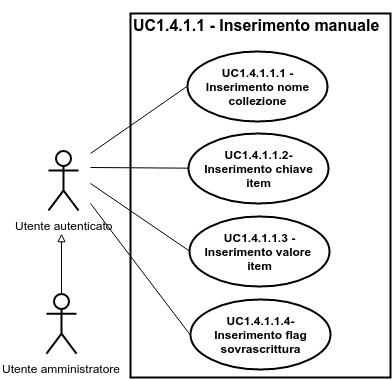
This is img/UseCases/UC1_4_1_1.png from ScalateKids/Actorbase-Documents, a draw.io export, as it was before one commit. Source tidied: cells renumbered, new cells last; positions are measured from the earlier drawing's top-left corner, leaving out a move shared by most shapes. Its diagram source:
```xml
<mxGraphModel background="#ffffff">
  <root>
    <mxCell id="0" />
    <mxCell id="1" parent="0" />
    <mxCell id="2" style="html=1;shadow=0;glass=0;strokeWidth=2;fillColor=none;" parent="1" vertex="1">
      <mxGeometry x="84" y="11" width="260" height="364" as="geometry" />
    </mxCell>
    <mxCell id="3" value="&lt;b&gt;UC1.4.1.1.1 - Inserimento nome collezione&lt;/b&gt;" style="ellipse;whiteSpace=wrap;html=1;shadow=0;glass=0;strokeWidth=2;fillColor=none;" parent="1" vertex="1">
      <mxGeometry x="141" y="49" width="140" height="70" as="geometry" />
    </mxCell>
    <mxCell id="4" value="&lt;b&gt;UC1.4.1.1.2- Inserimento chiave item&lt;/b&gt;" style="ellipse;whiteSpace=wrap;html=1;shadow=0;glass=0;strokeWidth=2;fillColor=none;" parent="1" vertex="1">
      <mxGeometry x="142" y="131" width="140" height="70" as="geometry" />
    </mxCell>
    <mxCell id="5" value="&lt;b&gt;UC1.4.1.1.3 -Inserimento valore&amp;nbsp;&lt;/b&gt;&lt;div&gt;&lt;b&gt;item&lt;/b&gt;&lt;/div&gt;" style="ellipse;whiteSpace=wrap;html=1;shadow=0;glass=0;strokeWidth=2;fillColor=none;" parent="1" vertex="1">
      <mxGeometry x="143" y="214" width="140" height="70" as="geometry" />
    </mxCell>
    <mxCell id="6" value="&lt;font style=&quot;font-size: 16px&quot;&gt;UC1.4.1.1 - Inserimento manuale&lt;/font&gt;" style="text;html=1;fontSize=24;fontStyle=1;verticalAlign=middle;align=center;shadow=0;glass=0;strokeWidth=2;fillColor=none;" parent="1" vertex="1">
      <mxGeometry x="160" width="100" height="40" as="geometry" />
    </mxCell>
    <mxCell id="7" value="&lt;b&gt;UC1.4.1.1.4- Inserimento flag sovrascrittura&lt;/b&gt;" style="ellipse;whiteSpace=wrap;html=1;shadow=0;glass=0;strokeWidth=2;fillColor=none;" parent="1" vertex="1">
      <mxGeometry x="144" y="297" width="140" height="70" as="geometry" />
    </mxCell>
    <mxCell id="8" value="Utente autenticato" style="shape=umlActor;verticalLabelPosition=bottom;labelBackgroundColor=#ffffff;verticalAlign=top;html=1;shadow=0;glass=0;strokeWidth=2;fillColor=none;" parent="1" vertex="1">
      <mxGeometry x="2" y="148" width="30" height="60" as="geometry" />
    </mxCell>
    <mxCell id="9" style="endArrow=none;html=1;strokeWidth=1;entryX=0;entryY=0.5;" parent="1" edge="1" target="3">
      <mxGeometry x="-80" y="-37" as="geometry">
        <mxPoint x="44" y="151" as="sourcePoint" />
      </mxGeometry>
    </mxCell>
    <mxCell id="10" style="endArrow=none;html=1;strokeWidth=1;entryX=0;entryY=0.5;" parent="1" edge="1" target="4">
      <mxGeometry x="-80" y="44" as="geometry">
        <mxPoint x="44" y="165" as="sourcePoint" />
      </mxGeometry>
    </mxCell>
    <mxCell id="11" style="endArrow=none;html=1;strokeWidth=1;entryX=0;entryY=0.5;" parent="1" edge="1" target="5">
      <mxGeometry x="-80" y="60" as="geometry">
        <mxPoint x="44" y="181" as="sourcePoint" />
      </mxGeometry>
    </mxCell>
    <mxCell id="12" style="endArrow=none;html=1;strokeWidth=1;entryX=0;entryY=0.5;" parent="1" edge="1" target="7">
      <mxGeometry x="-80" y="80" as="geometry">
        <mxPoint x="44" y="201" as="sourcePoint" />
      </mxGeometry>
    </mxCell>
    <mxCell id="13" style="edgeStyle=orthogonalEdgeStyle;rounded=0;html=1;endArrow=block;endFill=0;jettySize=auto;strokeWidth=1;fontSize=11;" parent="1" edge="1" source="14">
      <mxGeometry x="-109" y="110.2" as="geometry">
        <mxPoint x="15" y="231.2" as="targetPoint" />
      </mxGeometry>
    </mxCell>
    <mxCell id="14" value="Utente amministratore" style="shape=umlActor;verticalLabelPosition=bottom;labelBackgroundColor=#ffffff;verticalAlign=top;html=1;shadow=0;glass=0;strokeWidth=2;fillColor=none;" parent="1" vertex="1">
      <mxGeometry y="291.2" width="30" height="60" as="geometry" />
    </mxCell>
  </root>
</mxGraphModel>
```
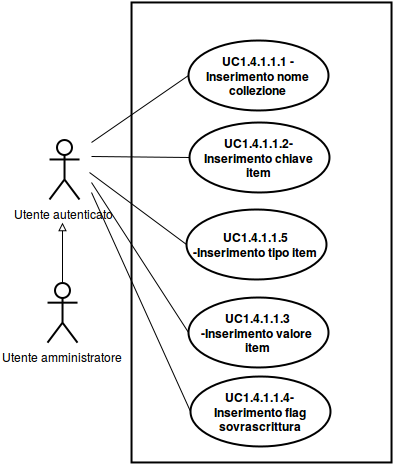
The same diagram one commit later.

Commit message:
aggiunto tipo nei casi d'uso di insert item

What changed in the source:
```diff
@@ -3,7 +3,7 @@
     <mxCell id="0" />
     <mxCell id="1" parent="0" />
     <mxCell id="2" style="html=1;shadow=0;glass=0;strokeWidth=2;fillColor=none;" parent="1" vertex="1">
-      <mxGeometry x="84" y="11" width="260" height="364" as="geometry" />
+      <mxGeometry x="84" y="11" width="260" height="460" as="geometry" />
     </mxCell>
     <mxCell id="3" value="&lt;b&gt;UC1.4.1.1.1 - Inserimento nome collezione&lt;/b&gt;" style="ellipse;whiteSpace=wrap;html=1;shadow=0;glass=0;strokeWidth=2;fillColor=none;" parent="1" vertex="1">
       <mxGeometry x="141" y="49" width="140" height="70" as="geometry" />
@@ -12,44 +12,49 @@
       <mxGeometry x="142" y="131" width="140" height="70" as="geometry" />
     </mxCell>
     <mxCell id="5" value="&lt;b&gt;UC1.4.1.1.3 -Inserimento valore&amp;nbsp;&lt;/b&gt;&lt;div&gt;&lt;b&gt;item&lt;/b&gt;&lt;/div&gt;" style="ellipse;whiteSpace=wrap;html=1;shadow=0;glass=0;strokeWidth=2;fillColor=none;" parent="1" vertex="1">
-      <mxGeometry x="143" y="214" width="140" height="70" as="geometry" />
+      <mxGeometry x="141" y="306" width="140" height="70" as="geometry" />
     </mxCell>
-    <mxCell id="6" value="&lt;font style=&quot;font-size: 16px&quot;&gt;UC1.4.1.1 - Inserimento manuale&lt;/font&gt;" style="text;html=1;fontSize=24;fontStyle=1;verticalAlign=middle;align=center;shadow=0;glass=0;strokeWidth=2;fillColor=none;" parent="1" vertex="1">
-      <mxGeometry x="160" width="100" height="40" as="geometry" />
+    <mxCell id="6" value="&lt;b&gt;UC1.4.1.1.4- Inserimento flag sovrascrittura&lt;/b&gt;" style="ellipse;whiteSpace=wrap;html=1;shadow=0;glass=0;strokeWidth=2;fillColor=none;" parent="1" vertex="1">
+      <mxGeometry x="143" y="385" width="140" height="70" as="geometry" />
     </mxCell>
-    <mxCell id="7" value="&lt;b&gt;UC1.4.1.1.4- Inserimento flag sovrascrittura&lt;/b&gt;" style="ellipse;whiteSpace=wrap;html=1;shadow=0;glass=0;strokeWidth=2;fillColor=none;" parent="1" vertex="1">
-      <mxGeometry x="144" y="297" width="140" height="70" as="geometry" />
+    <mxCell id="7" value="Utente autenticato" style="shape=umlActor;verticalLabelPosition=bottom;labelBackgroundColor=#ffffff;verticalAlign=top;html=1;shadow=0;glass=0;strokeWidth=2;fillColor=none;" parent="1" vertex="1">
+      <mxGeometry x="2" y="148" width="30" height="60" as="geometry" />
     </mxCell>
-    <mxCell id="8" value="Utente autenticato" style="shape=umlActor;verticalLabelPosition=bottom;labelBackgroundColor=#ffffff;verticalAlign=top;html=1;shadow=0;glass=0;strokeWidth=2;fillColor=none;" parent="1" vertex="1">
-      <mxGeometry x="2" y="148" width="30" height="60" as="geometry" />
+    <mxCell id="8" style="endArrow=none;html=1;strokeWidth=1;entryX=0;entryY=0.5;" parent="1" edge="1" target="3">
+      <mxGeometry x="-80" y="-37" as="geometry">
+        <mxPoint x="44" y="151" as="sourcePoint" />
+      </mxGeometry>
     </mxCell>
-    <mxCell id="9" style="endArrow=none;html=1;strokeWidth=1;entryX=0;entryY=0.5;" parent="1" edge="1" target="3">
-      <mxGeometry x="-80" y="-37" as="geometry">
-        <mxPoint x="44" y="151" as="sourcePoint" />
+    <mxCell id="9" style="endArrow=none;html=1;strokeWidth=1;entryX=0;entryY=0.5;" parent="1" edge="1" target="4">
+      <mxGeometry x="-80" y="44" as="geometry">
+        <mxPoint x="44" y="165" as="sourcePoint" />
       </mxGeometry>
     </mxCell>
-    <mxCell id="10" style="endArrow=none;html=1;strokeWidth=1;entryX=0;entryY=0.5;" parent="1" edge="1" target="4">
-      <mxGeometry x="-80" y="44" as="geometry">
-        <mxPoint x="44" y="165" as="sourcePoint" />
+    <mxCell id="10" style="endArrow=none;html=1;strokeWidth=1;entryX=0;entryY=0.5;" parent="1" edge="1" target="5">
+      <mxGeometry x="-80" y="70" as="geometry">
+        <mxPoint x="44" y="191" as="sourcePoint" />
       </mxGeometry>
     </mxCell>
-    <mxCell id="11" style="endArrow=none;html=1;strokeWidth=1;entryX=0;entryY=0.5;" parent="1" edge="1" target="5">
-      <mxGeometry x="-80" y="60" as="geometry">
-        <mxPoint x="44" y="181" as="sourcePoint" />
+    <mxCell id="11" style="endArrow=none;html=1;strokeWidth=1;entryX=0;entryY=0.5;" parent="1" edge="1" target="6">
+      <mxGeometry x="-80" y="80" as="geometry">
+        <mxPoint x="44" y="201" as="sourcePoint" />
       </mxGeometry>
     </mxCell>
-    <mxCell id="12" style="endArrow=none;html=1;strokeWidth=1;entryX=0;entryY=0.5;" parent="1" edge="1" target="7">
-      <mxGeometry x="-80" y="80" as="geometry">
-        <mxPoint x="44" y="201" as="sourcePoint" />
+    <mxCell id="12" style="edgeStyle=orthogonalEdgeStyle;rounded=0;html=1;endArrow=block;endFill=0;jettySize=auto;strokeWidth=1;fontSize=11;" parent="1" edge="1" source="13">
+      <mxGeometry x="-109" y="110.2" as="geometry">
+        <mxPoint x="15" y="231.2" as="targetPoint" />
       </mxGeometry>
     </mxCell>
-    <mxCell id="13" style="edgeStyle=orthogonalEdgeStyle;rounded=0;html=1;endArrow=block;endFill=0;jettySize=auto;strokeWidth=1;fontSize=11;" parent="1" edge="1" source="14">
-      <mxGeometry x="-109" y="110.2" as="geometry">
-        <mxPoint x="15" y="231.2" as="targetPoint" />
-      </mxGeometry>
+    <mxCell id="13" value="Utente amministratore" style="shape=umlActor;verticalLabelPosition=bottom;labelBackgroundColor=#ffffff;verticalAlign=top;html=1;shadow=0;glass=0;strokeWidth=2;fillColor=none;" parent="1" vertex="1">
+      <mxGeometry y="291.2" width="30" height="60" as="geometry" />
     </mxCell>
-    <mxCell id="14" value="Utente amministratore" style="shape=umlActor;verticalLabelPosition=bottom;labelBackgroundColor=#ffffff;verticalAlign=top;html=1;shadow=0;glass=0;strokeWidth=2;fillColor=none;" parent="1" vertex="1">
-      <mxGeometry y="291.2" width="30" height="60" as="geometry" />
+    <mxCell id="14" value="&lt;b&gt;UC1.4.1.1.5 -Inserimento tipo item&lt;br&gt;&lt;/b&gt;" style="ellipse;whiteSpace=wrap;html=1;shadow=0;glass=0;strokeWidth=2;fillColor=none;" parent="1" vertex="1">
+      <mxGeometry x="139" y="218" width="140" height="70" as="geometry" />
     </mxCell>
+    <mxCell id="15" style="endArrow=none;html=1;strokeWidth=1;entryX=0;entryY=0.5;" parent="1" edge="1" target="14">
+      <mxGeometry x="-82" y="-28" as="geometry">
+        <mxPoint x="42" y="181" as="sourcePoint" />
+      </mxGeometry>
+    </mxCell>
   </root>
 </mxGraphModel>
```
